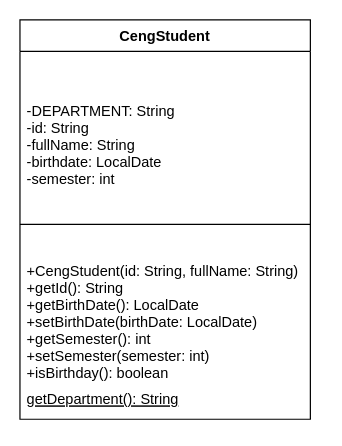
Above: src/com/company/Başlıksız Diyagram.drawio in UcanSosis/My-Projects (draw.io), before the change. Source tidied: cells renumbered, new cells numbered last; positions are measured from the earlier drawing's top-left corner, leaving out a move shared by most shapes. Both pictures are drawn from the tidied source at 121%, with x=0, y=0 at pixel (19, 19).
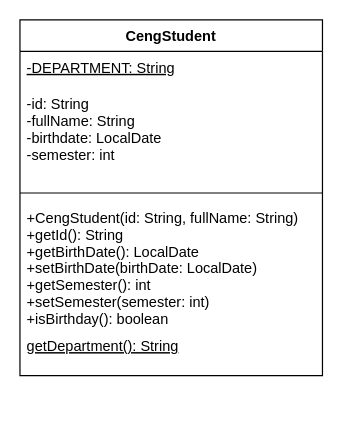
The same diagram, later.

Commit message:
UML Diagram

The edit, as a diff of the source:
```diff
@@
 <mxGraphModel>
   <root>
     <mxCell id="0" />
     <mxCell id="1" parent="0" />
-    <mxCell id="2" value="CengStudent" style="swimlane;fontStyle=1;align=center;verticalAlign=top;horizontal=1;startSize=26;" parent="1" vertex="1">
-      <mxGeometry width="240" height="330" as="geometry" />
+    <mxCell id="2" value="CengStudent" style="swimlane;fontStyle=1;align=center;verticalAlign=top;horizontal=1;startSize=26;fontSize=12;" parent="1" vertex="1">
+      <mxGeometry width="250" height="294" as="geometry" />
     </mxCell>
+    <mxCell id="7" value="-DEPARTMENT: String" style="text;strokeColor=none;fillColor=none;align=left;verticalAlign=top;spacingLeft=4;spacingRight=4;overflow=hidden;fontStyle=4;fontSize=12;" parent="2" vertex="1">
+      <mxGeometry y="26" width="250" height="30" as="geometry" />
+    </mxCell>
-    <mxCell id="3" value="-DEPARTMENT: String&#10;-id: String&#10;-fullName: String&#10;-birthdate: LocalDate&#10;-semester: int" style="text;strokeColor=none;fillColor=none;align=left;verticalAlign=top;spacingLeft=4;spacingRight=4;overflow=hidden;" parent="1" vertex="1">
-      <mxGeometry y="62" width="240" height="114" as="geometry" />
+    <mxCell id="3" value="-id: String&#10;-fullName: String&#10;-birthdate: LocalDate&#10;-semester: int" style="text;strokeColor=none;fillColor=none;align=left;verticalAlign=top;spacingLeft=4;spacingRight=4;overflow=hidden;fontSize=12;fontStyle=0;fontColor=default;" parent="2" vertex="1">
+      <mxGeometry y="56" width="250" height="80" as="geometry" />
     </mxCell>
-    <mxCell id="4" style="line;strokeWidth=1;fillColor=none;align=left;verticalAlign=middle;spacingTop=-1;spacingLeft=3;spacingRight=3;labelPosition=right;strokeColor=inherit;" parent="1" vertex="1">
-      <mxGeometry y="144" width="240" height="50" as="geometry" />
+    <mxCell id="4" style="line;strokeWidth=1;fillColor=none;align=left;verticalAlign=middle;spacingTop=-1;spacingLeft=3;spacingRight=3;labelPosition=right;strokeColor=inherit;fontSize=12;" parent="2" vertex="1">
+      <mxGeometry y="136" width="250" height="14" as="geometry" />
     </mxCell>
-    <mxCell id="5" value="+CengStudent(id: String, fullName: String)&#10;+getId(): String&#10;+getBirthDate(): LocalDate&#10;+setBirthDate(birthDate: LocalDate)&#10;+getSemester(): int&#10;+setSemester(semester: int)&#10;+isBirthday(): boolean " style="text;strokeColor=none;fillColor=none;align=left;verticalAlign=top;spacingLeft=4;spacingRight=4;overflow=hidden;" parent="1" vertex="1">
-      <mxGeometry y="194" width="240" height="106" as="geometry" />
+    <mxCell id="5" value="+CengStudent(id: String, fullName: String)&#10;+getId(): String&#10;+getBirthDate(): LocalDate&#10;+setBirthDate(birthDate: LocalDate)&#10;+getSemester(): int&#10;+setSemester(semester: int)&#10;+isBirthday(): boolean " style="text;strokeColor=none;fillColor=none;align=left;verticalAlign=top;spacingLeft=4;spacingRight=4;overflow=hidden;fontSize=12;" parent="2" vertex="1">
+      <mxGeometry y="150" width="250" height="106" as="geometry" />
     </mxCell>
-    <mxCell id="6" value="getDepartment(): String" style="text;strokeColor=none;fillColor=none;align=left;verticalAlign=top;spacingLeft=4;spacingRight=4;overflow=hidden;fontStyle=4;" parent="1" vertex="1">
-      <mxGeometry y="300" width="240" height="36" as="geometry" />
+    <mxCell id="6" value="getDepartment(): String" style="text;strokeColor=none;fillColor=none;align=left;verticalAlign=top;spacingLeft=4;spacingRight=4;overflow=hidden;fontStyle=4;fontSize=12;" parent="2" vertex="1">
+      <mxGeometry y="256" width="250" height="38" as="geometry" />
     </mxCell>
   </root>
 </mxGraphModel>
```
